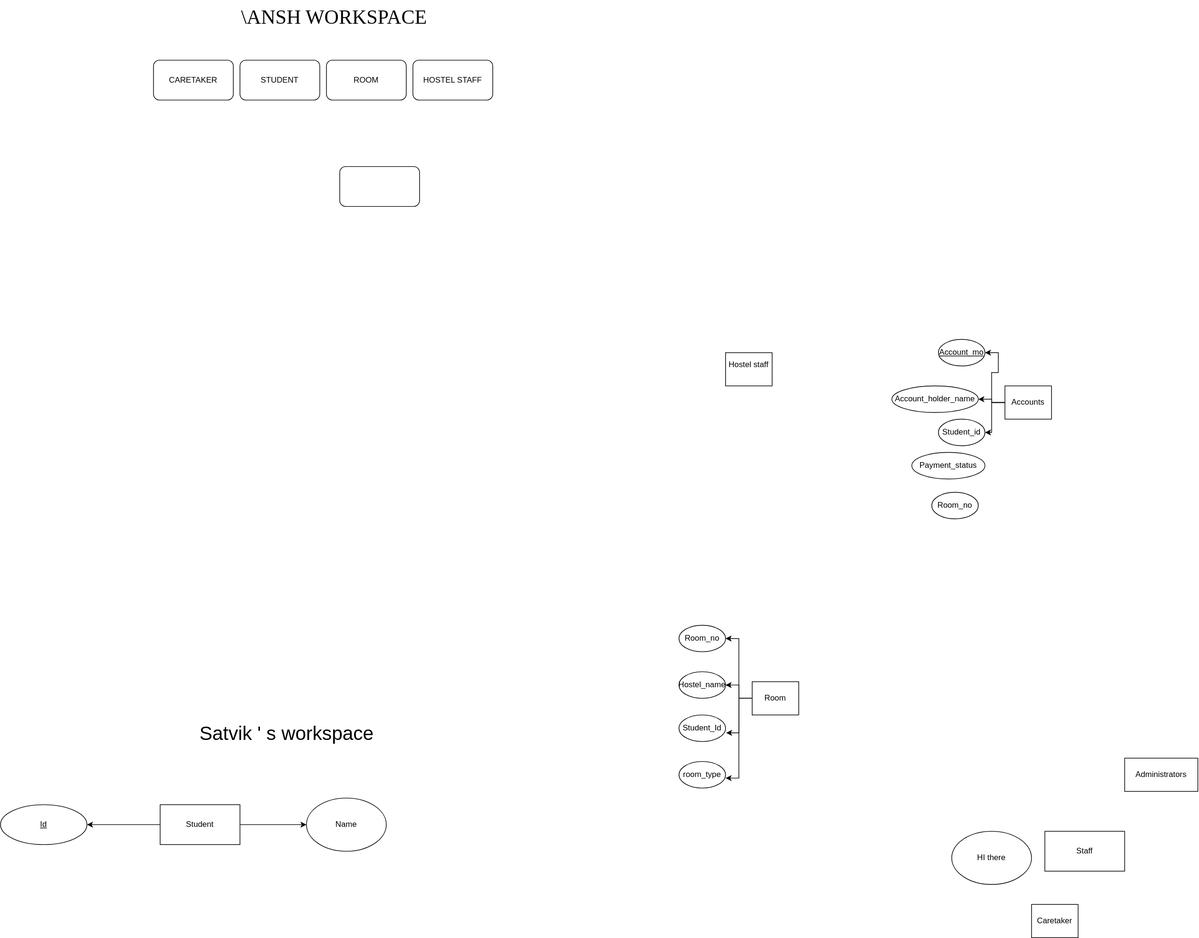
This is hostel_management.drawio.svg from Zeven100/hostel_management, a draw.io export, as it was before one commit. Source tidied: cells renumbered, new cells last; positions are measured from the earlier drawing's top-left corner, leaving out a move shared by most shapes.
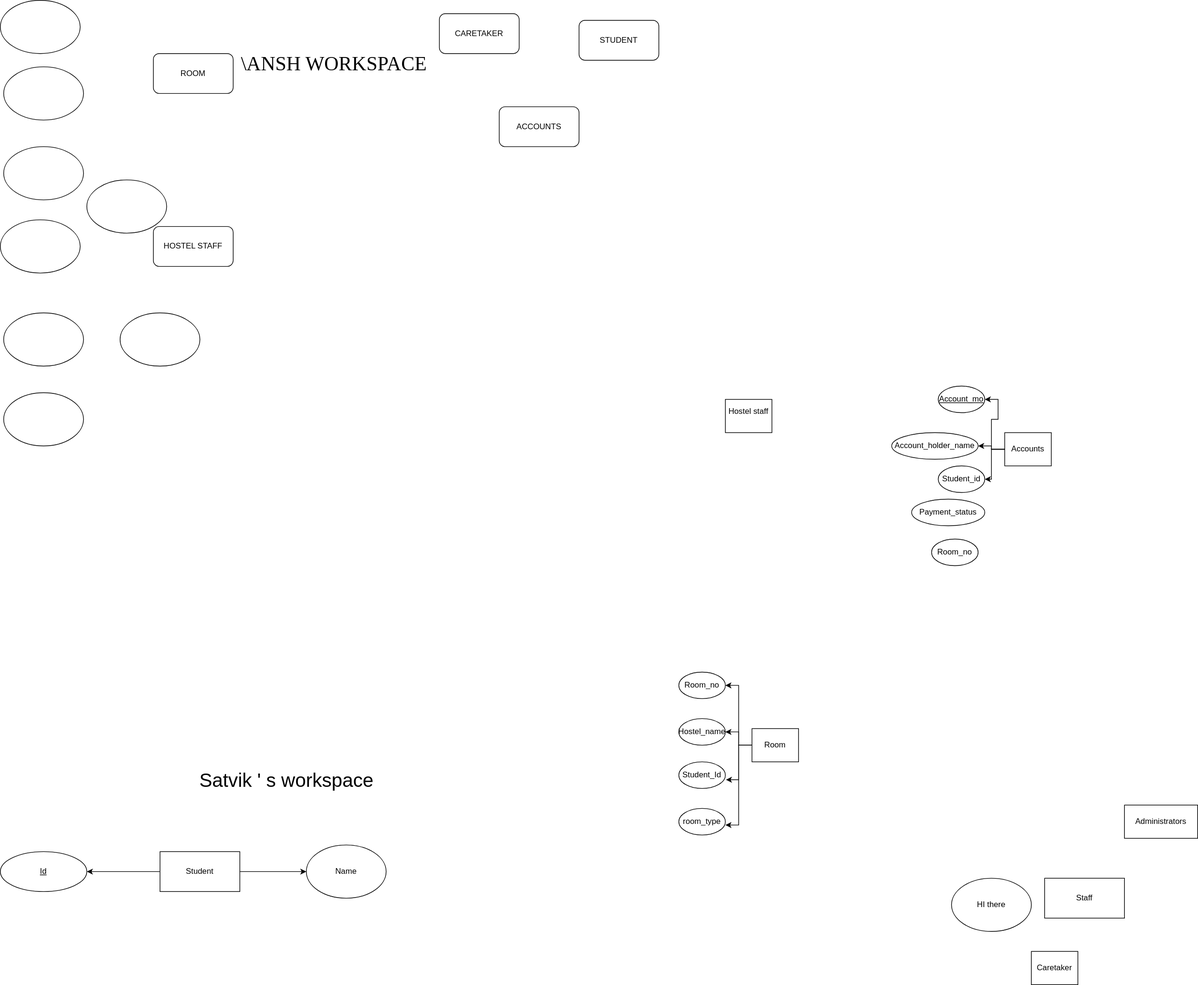
After the commit.

Diff of the diagram source:
```diff
@@ -84,28 +84,52 @@
       <mxGeometry x="1340" y="580" width="130" height="40" as="geometry" />
     </mxCell>
     <mxCell id="29" value="STUDENT" style="rounded=1;whiteSpace=wrap;html=1;" parent="1" vertex="1">
-      <mxGeometry x="360" y="90" width="120" height="60" as="geometry" />
+      <mxGeometry x="870" y="-40" width="120" height="60" as="geometry" />
     </mxCell>
     <mxCell id="30" value="Student_id" style="ellipse;whiteSpace=wrap;html=1;" parent="1" vertex="1">
       <mxGeometry x="1410" y="630" width="70" height="40" as="geometry" />
     </mxCell>
     <mxCell id="31" value="ROOM" style="rounded=1;whiteSpace=wrap;html=1;" parent="1" vertex="1">
-      <mxGeometry x="490" y="90" width="120" height="60" as="geometry" />
+      <mxGeometry x="230" y="10" width="120" height="60" as="geometry" />
     </mxCell>
     <mxCell id="32" value="Payment_status" style="ellipse;whiteSpace=wrap;html=1;" parent="1" vertex="1">
       <mxGeometry x="1370" y="680" width="110" height="40" as="geometry" />
     </mxCell>
-    <mxCell id="33" style="rounded=1;whiteSpace=wrap;html=1;" parent="1" vertex="1">
-      <mxGeometry x="510" y="250" width="120" height="60" as="geometry" />
+    <mxCell id="33" value="ACCOUNTS" style="rounded=1;whiteSpace=wrap;html=1;" parent="1" vertex="1">
+      <mxGeometry x="750" y="90" width="120" height="60" as="geometry" />
     </mxCell>
     <mxCell id="34" value="CARETAKER" style="rounded=1;whiteSpace=wrap;html=1;" parent="1" vertex="1">
-      <mxGeometry x="230" y="90" width="120" height="60" as="geometry" />
+      <mxGeometry x="660" y="-50" width="120" height="60" as="geometry" />
     </mxCell>
     <mxCell id="35" value="HOSTEL STAFF" style="rounded=1;whiteSpace=wrap;html=1;" parent="1" vertex="1">
-      <mxGeometry x="620" y="90" width="120" height="60" as="geometry" />
+      <mxGeometry x="230" y="270" width="120" height="60" as="geometry" />
     </mxCell>
+    <mxCell id="37" style="ellipse;whiteSpace=wrap;html=1;" parent="1" vertex="1">
+      <mxGeometry x="5" y="150" width="120" height="80" as="geometry" />
+    </mxCell>
     <mxCell id="36" value="Room_no" style="ellipse;whiteSpace=wrap;html=1;" parent="1" vertex="1">
       <mxGeometry x="1400" y="740" width="70" height="40" as="geometry" />
     </mxCell>
+    <mxCell id="38" style="ellipse;whiteSpace=wrap;html=1;" parent="1" vertex="1">
+      <mxGeometry x="130" y="200" width="120" height="80" as="geometry" />
+    </mxCell>
+    <mxCell id="39" style="ellipse;whiteSpace=wrap;html=1;" parent="1" vertex="1">
+      <mxGeometry y="-70" width="120" height="80" as="geometry" />
+    </mxCell>
+    <mxCell id="40" style="ellipse;whiteSpace=wrap;html=1;" parent="1" vertex="1">
+      <mxGeometry x="180" y="400" width="120" height="80" as="geometry" />
+    </mxCell>
+    <mxCell id="41" style="ellipse;whiteSpace=wrap;html=1;" parent="1" vertex="1">
+      <mxGeometry x="5" y="520" width="120" height="80" as="geometry" />
+    </mxCell>
+    <mxCell id="42" style="ellipse;whiteSpace=wrap;html=1;" parent="1" vertex="1">
+      <mxGeometry x="5" y="30" width="120" height="80" as="geometry" />
+    </mxCell>
+    <mxCell id="43" style="ellipse;whiteSpace=wrap;html=1;" parent="1" vertex="1">
+      <mxGeometry x="5" y="400" width="120" height="80" as="geometry" />
+    </mxCell>
+    <mxCell id="44" style="ellipse;whiteSpace=wrap;html=1;" parent="1" vertex="1">
+      <mxGeometry y="260" width="120" height="80" as="geometry" />
+    </mxCell>
   </root>
 </mxGraphModel>
```
